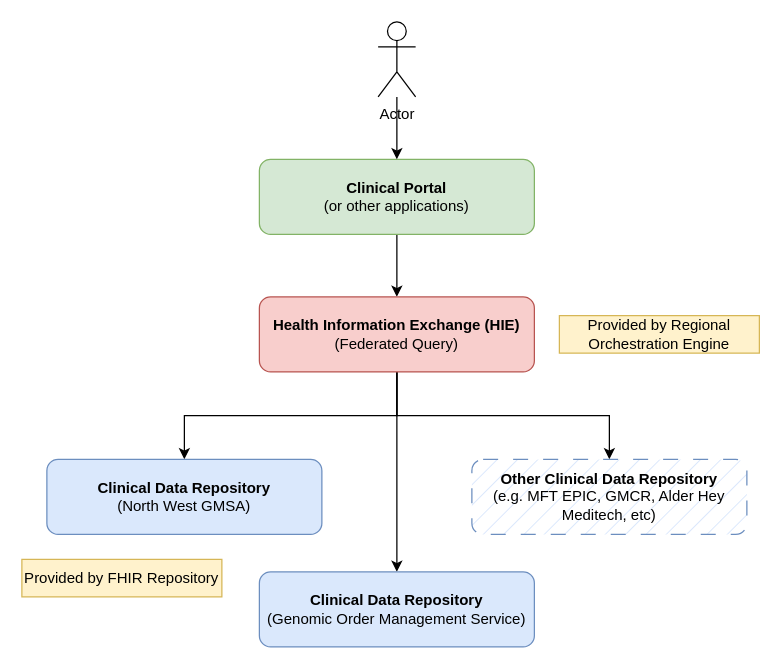
The draw.io diagram DrawIo/Health Information Exchange.drawio in uk-gov-mirror/nw-gmsa.nw-gmsa.github.com, before the edit. Source tidied: cells renumbered, new cells numbered last; positions are measured from the earlier drawing's top-left corner, leaving out a move shared by most shapes. Both pictures are drawn from the tidied source at 125%, with x=0, y=0 at pixel (21, 21).
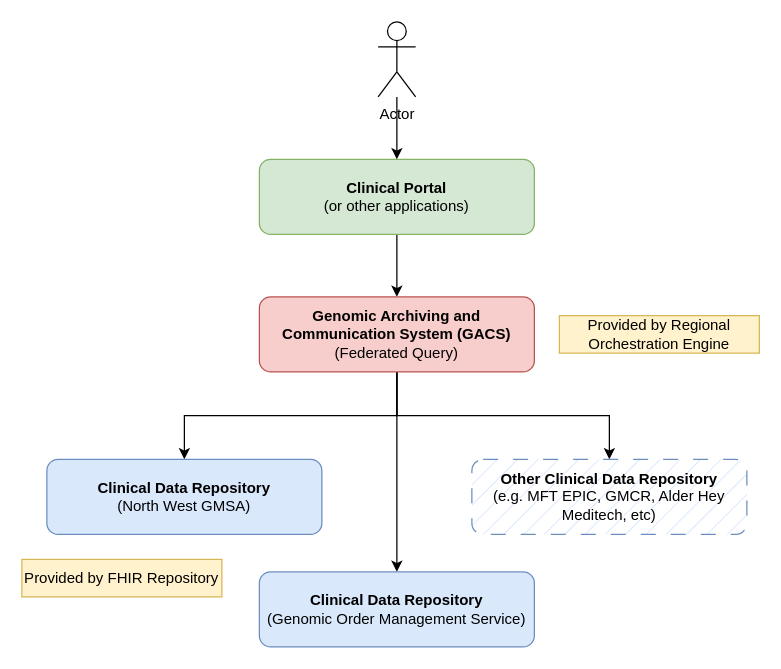
Above is the later version.

What changed in the source:
```diff
@@
 <mxGraphModel>
   <root>
     <mxCell id="0" />
     <mxCell id="1" parent="0" />
     <mxCell id="2" style="edgeStyle=orthogonalEdgeStyle;rounded=0;jettySize=auto;html=1;entryX=0.5;entryY=0;entryDx=0;entryDy=0;" parent="1" edge="1" source="3" target="9">
       <mxGeometry relative="1" as="geometry" />
     </mxCell>
     <mxCell id="3" value="&lt;b&gt;Clinical Portal&lt;/b&gt; &lt;br&gt;(or other applications)" style="rounded=1;whiteSpace=wrap;html=1;fillColor=#d5e8d4;strokeColor=#82b366;" parent="1" vertex="1">
       <mxGeometry x="190" y="110" width="220" height="60" as="geometry" />
     </mxCell>
     <mxCell id="4" style="edgeStyle=orthogonalEdgeStyle;rounded=0;jettySize=auto;html=1;" parent="1" edge="1" source="5" target="3">
       <mxGeometry relative="1" as="geometry" />
     </mxCell>
     <mxCell id="5" value="Actor" style="shape=umlActor;verticalLabelPosition=bottom;verticalAlign=top;html=1;outlineConnect=0;" parent="1" vertex="1">
       <mxGeometry x="285" width="30" height="60" as="geometry" />
     </mxCell>
     <mxCell id="6" style="edgeStyle=orthogonalEdgeStyle;rounded=0;jettySize=auto;html=1;entryX=0.5;entryY=0;entryDx=0;entryDy=0;" parent="1" edge="1" source="9" target="10">
       <mxGeometry relative="1" as="geometry" />
     </mxCell>
     <mxCell id="7" style="edgeStyle=orthogonalEdgeStyle;rounded=0;jettySize=auto;html=1;entryX=0.5;entryY=0;entryDx=0;entryDy=0;" parent="1" edge="1" source="9" target="11">
       <mxGeometry relative="1" as="geometry" />
     </mxCell>
     <mxCell id="8" style="edgeStyle=orthogonalEdgeStyle;rounded=0;jettySize=auto;html=1;" parent="1" edge="1" source="9" target="12">
       <mxGeometry relative="1" as="geometry" />
     </mxCell>
-    <mxCell id="9" value="&lt;b&gt;Health Information Exchange (HIE)&lt;/b&gt;&lt;br&gt;(Federated Query)" style="rounded=1;whiteSpace=wrap;html=1;fillColor=#f8cecc;strokeColor=#b85450;" parent="1" vertex="1">
+    <mxCell id="9" value="&lt;b&gt;Genomic Archiving and Communication System (GACS)&lt;/b&gt;&lt;br&gt;(Federated Query)" style="rounded=1;whiteSpace=wrap;html=1;fillColor=#f8cecc;strokeColor=#b85450;" parent="1" vertex="1">
       <mxGeometry x="190" y="220" width="220" height="60" as="geometry" />
     </mxCell>
     <mxCell id="10" value="&lt;b&gt;Clinical Data Repository&lt;/b&gt;&lt;br&gt;(North West GMSA)" style="rounded=1;whiteSpace=wrap;html=1;fillColor=#dae8fc;strokeColor=#6c8ebf;" parent="1" vertex="1">
       <mxGeometry x="20" y="350" width="220" height="60" as="geometry" />
     </mxCell>
     <mxCell id="11" value="&lt;b&gt;Clinical Data Repository&lt;/b&gt;&lt;br&gt;(Genomic Order Management Service)" style="rounded=1;whiteSpace=wrap;html=1;fillColor=#dae8fc;strokeColor=#6c8ebf;" parent="1" vertex="1">
       <mxGeometry x="190" y="440" width="220" height="60" as="geometry" />
     </mxCell>
     <mxCell id="12" value="&lt;b&gt;Other Clinical Data Repository&lt;/b&gt;&lt;br&gt;(e.g. MFT EPIC, GMCR, Alder Hey Meditech, etc)" style="rounded=1;whiteSpace=wrap;html=1;fillColor=#dae8fc;strokeColor=#6c8ebf;dashed=1;dashPattern=12 12;fillStyle=hatch;" parent="1" vertex="1">
       <mxGeometry x="360" y="350" width="220" height="60" as="geometry" />
     </mxCell>
     <mxCell id="13" value="Provided by Regional Orchestration Engine" style="rounded=0;whiteSpace=wrap;html=1;fillColor=#fff2cc;strokeColor=#d6b656;" parent="1" vertex="1">
       <mxGeometry x="430" y="235" width="160" height="30" as="geometry" />
     </mxCell>
     <mxCell id="14" value="Provided by FHIR Repository" style="rounded=0;whiteSpace=wrap;html=1;fillColor=#fff2cc;strokeColor=#d6b656;" parent="1" vertex="1">
       <mxGeometry y="430" width="160" height="30" as="geometry" />
     </mxCell>
   </root>
 </mxGraphModel>
```
